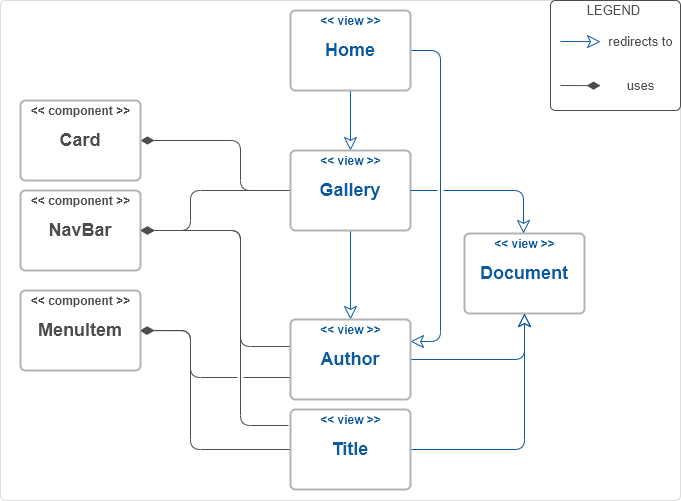
Above: src/assets/img/distinctio.png in jadefr/distinctio (draw.io), before the change. Source tidied: cells renumbered, new cells last; positions are measured from the earlier drawing's top-left corner, leaving out a move shared by most shapes.
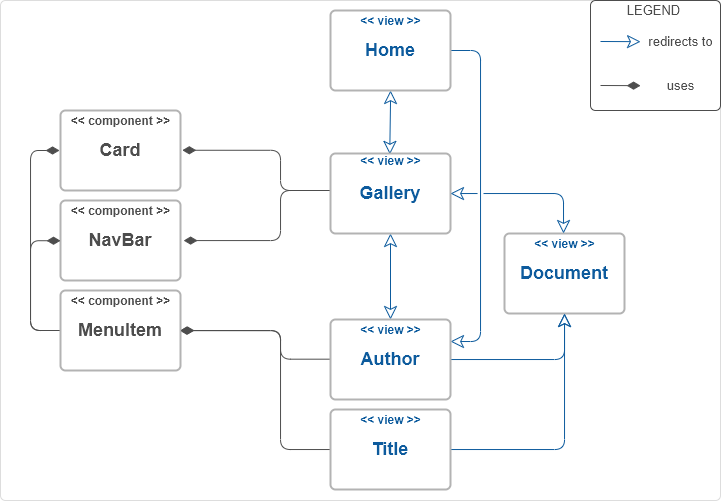
The same file after the commit.

Commit message:
Update arch img

Change to the diagram source:
```diff
@@ -3,9 +3,9 @@
     <mxCell id="0" />
     <mxCell id="1" parent="0" />
     <mxCell id="2" style="html=1;shadow=0;dashed=0;shape=mxgraph.bootstrap.rrect;rSize=5;strokeColor=#dddddd;align=center;fontSize=12;whiteSpace=wrap;strokeWidth=1;" parent="1" vertex="1">
-      <mxGeometry width="680" height="500" as="geometry" />
+      <mxGeometry x="-40" width="720" height="500" as="geometry" />
     </mxCell>
-    <mxCell id="3" style="edgeStyle=orthogonalEdgeStyle;rounded=1;jumpStyle=gap;jettySize=auto;html=1;endArrow=classic;endFill=0;endSize=11;strokeColor=#0D5B9D;" parent="1" edge="1" source="5" target="11">
+    <mxCell id="3" style="edgeStyle=orthogonalEdgeStyle;rounded=1;jumpStyle=gap;jettySize=auto;html=1;endArrow=classic;endFill=0;endSize=11;strokeColor=#0D5B9D;startArrow=classic;startFill=0;startSize=11;entryX=0.495;entryY=0.011;entryDx=0;entryDy=0;entryPerimeter=0;" parent="1" edge="1" source="5" target="10">
       <mxGeometry relative="1" as="geometry" />
     </mxCell>
     <mxCell id="4" style="edgeStyle=orthogonalEdgeStyle;rounded=1;jumpStyle=gap;jettySize=auto;html=1;entryX=1;entryY=0.275;entryDx=0;entryDy=0;entryPerimeter=0;endArrow=classic;endFill=0;endSize=11;strokeColor=#0D5B9D;" parent="1" edge="1" source="5" target="29">
@@ -22,27 +22,27 @@
     <mxCell id="6" value="&lt;font style=&quot;font-size: 12px;&quot; color=&quot;#0d5b9d&quot;&gt;&lt;b style=&quot;font-size: 12px;&quot;&gt;&amp;lt;&amp;lt; view &amp;gt;&amp;gt;&lt;/b&gt;&lt;/font&gt;" style="text;html=1;align=center;verticalAlign=middle;fillColor=none;strokeColor=none;rounded=0;fontSize=12;strokeWidth=2;" parent="1" vertex="1">
       <mxGeometry x="310" y="10" width="80" height="20" as="geometry" />
     </mxCell>
-    <mxCell id="7" style="edgeStyle=orthogonalEdgeStyle;rounded=1;jettySize=auto;html=1;endArrow=diamondThin;endFill=1;endSize=11;strokeColor=#4D4D4D;strokeWidth=1;fontSize=12;fontColor=#4D4D4D;" parent="1" edge="1" source="10" target="20">
+    <mxCell id="7" style="edgeStyle=orthogonalEdgeStyle;rounded=1;jettySize=auto;html=1;endArrow=diamondThin;endFill=1;endSize=11;strokeColor=#4D4D4D;strokeWidth=1;fontSize=12;fontColor=#4D4D4D;entryX=1.026;entryY=0.501;entryDx=0;entryDy=0;entryPerimeter=0;" parent="1" edge="1" source="10" target="20">
       <mxGeometry relative="1" as="geometry">
         <Array as="points">
-          <mxPoint x="190" y="190" />
-          <mxPoint x="190" y="230" />
+          <mxPoint x="240" y="190" />
+          <mxPoint x="240" y="240" />
         </Array>
       </mxGeometry>
     </mxCell>
-    <mxCell id="8" style="edgeStyle=orthogonalEdgeStyle;rounded=1;jettySize=auto;html=1;endArrow=diamondThin;endFill=1;endSize=11;strokeColor=#4D4D4D;strokeWidth=1;fontSize=12;fontColor=#4D4D4D;" parent="1" edge="1" source="10" target="22">
+    <mxCell id="8" style="edgeStyle=orthogonalEdgeStyle;rounded=1;jettySize=auto;html=1;endArrow=diamondThin;endFill=1;endSize=11;strokeColor=#4D4D4D;strokeWidth=1;fontSize=12;fontColor=#4D4D4D;entryX=1.015;entryY=0.497;entryDx=0;entryDy=0;entryPerimeter=0;" parent="1" edge="1" source="10" target="22">
       <mxGeometry relative="1" as="geometry">
         <Array as="points">
           <mxPoint x="240" y="190" />
-          <mxPoint x="240" y="140" />
+          <mxPoint x="240" y="150" />
         </Array>
       </mxGeometry>
     </mxCell>
-    <mxCell id="9" style="edgeStyle=orthogonalEdgeStyle;rounded=1;jumpStyle=gap;jettySize=auto;html=1;endArrow=classic;endFill=0;endSize=11;strokeColor=#0D5B9D;" parent="1" edge="1" source="10" target="29">
+    <mxCell id="9" style="edgeStyle=orthogonalEdgeStyle;rounded=1;jumpStyle=gap;jettySize=auto;html=1;endArrow=classic;endFill=0;endSize=11;strokeColor=#0D5B9D;startArrow=classic;startFill=0;startSize=11;" parent="1" edge="1" source="10" target="29">
       <mxGeometry relative="1" as="geometry" />
     </mxCell>
     <mxCell id="10" value="&lt;font style=&quot;font-size: 18px&quot; color=&quot;#0d5b9d&quot;&gt;&lt;b&gt;Gallery&lt;/b&gt;&lt;/font&gt;" style="html=1;shadow=0;dashed=0;shape=mxgraph.bootstrap.rrect;rSize=5;strokeColor=#B3B3B3;align=center;fontSize=12;whiteSpace=wrap;strokeWidth=2;" parent="1" vertex="1">
-      <mxGeometry x="290" y="150" width="120" height="80" as="geometry" />
+      <mxGeometry x="290" y="153" width="120" height="80" as="geometry" />
     </mxCell>
     <mxCell id="11" value="&lt;font style=&quot;font-size: 12px;&quot; color=&quot;#0d5b9d&quot;&gt;&lt;b style=&quot;font-size: 12px;&quot;&gt;&amp;lt;&amp;lt; view &amp;gt;&amp;gt;&lt;/b&gt;&lt;/font&gt;" style="text;html=1;align=center;verticalAlign=middle;points=[];fillColor=none;strokeColor=none;rounded=0;fontSize=12;strokeWidth=2;" parent="1" vertex="1">
       <mxGeometry x="310" y="150" width="80" height="20" as="geometry" />
@@ -56,20 +56,11 @@
     <mxCell id="14" value="&lt;font color=&quot;#0d5b9d&quot; size=&quot;1&quot;&gt;&lt;b style=&quot;font-size: 12px&quot;&gt;&amp;lt;&amp;lt; view &amp;gt;&amp;gt;&lt;/b&gt;&lt;/font&gt;" style="text;html=1;align=center;verticalAlign=middle;fillColor=none;strokeColor=none;rounded=0;strokeWidth=2;" parent="1" vertex="1">
       <mxGeometry x="484" y="233" width="80" height="20" as="geometry" />
     </mxCell>
-    <mxCell id="15" style="edgeStyle=orthogonalEdgeStyle;rounded=1;jettySize=auto;html=1;endArrow=diamondThin;endFill=1;endSize=11;strokeColor=#4D4D4D;strokeWidth=1;fontSize=12;fontColor=#4D4D4D;exitX=-0.017;exitY=0.2;exitDx=0;exitDy=0;exitPerimeter=0;jumpStyle=arc;" parent="1" edge="1" source="18">
-      <mxGeometry relative="1" as="geometry">
-        <mxPoint x="140" y="230" as="targetPoint" />
-        <Array as="points">
-          <mxPoint x="240" y="425" />
-          <mxPoint x="240" y="230" />
-        </Array>
-      </mxGeometry>
-    </mxCell>
     <mxCell id="16" style="edgeStyle=orthogonalEdgeStyle;rounded=1;jettySize=auto;html=1;entryX=0.994;entryY=0.502;entryDx=0;entryDy=0;entryPerimeter=0;endArrow=diamondThin;endFill=1;endSize=11;strokeColor=#4D4D4D;strokeWidth=1;fontSize=12;fontColor=#4D4D4D;" parent="1" edge="1" source="18" target="24">
       <mxGeometry relative="1" as="geometry">
         <Array as="points">
-          <mxPoint x="190" y="449" />
-          <mxPoint x="190" y="330" />
+          <mxPoint x="240" y="449" />
+          <mxPoint x="240" y="330" />
         </Array>
       </mxGeometry>
     </mxCell>
@@ -83,40 +74,37 @@
       <mxGeometry x="310" y="409" width="80" height="20" as="geometry" />
     </mxCell>
     <mxCell id="20" value="&lt;font style=&quot;font-size: 18px&quot;&gt;&lt;b&gt;NavBar&lt;/b&gt;&lt;/font&gt;" style="html=1;shadow=0;dashed=0;shape=mxgraph.bootstrap.rrect;rSize=5;strokeColor=#B3B3B3;align=center;fontSize=12;whiteSpace=wrap;strokeWidth=2;fontColor=#4D4D4D;" parent="1" vertex="1">
-      <mxGeometry x="20" y="190" width="120" height="80" as="geometry" />
+      <mxGeometry x="20" y="200" width="120" height="80" as="geometry" />
     </mxCell>
     <mxCell id="21" value="&lt;font style=&quot;font-size: 12px;&quot;&gt;&lt;b style=&quot;font-size: 12px;&quot;&gt;&amp;lt;&amp;lt; component &amp;gt;&amp;gt;&lt;/b&gt;&lt;/font&gt;" style="text;html=1;align=center;verticalAlign=middle;fillColor=none;strokeColor=none;rounded=0;fontColor=#4D4D4D;strokeWidth=2;fontSize=12;" parent="1" vertex="1">
-      <mxGeometry x="25" y="190" width="110" height="20" as="geometry" />
+      <mxGeometry x="25" y="200" width="110" height="20" as="geometry" />
     </mxCell>
     <mxCell id="22" value="&lt;font style=&quot;font-size: 18px&quot;&gt;&lt;b&gt;Card&lt;/b&gt;&lt;/font&gt;" style="html=1;shadow=0;dashed=0;shape=mxgraph.bootstrap.rrect;rSize=5;strokeColor=#B3B3B3;align=center;fontSize=12;whiteSpace=wrap;strokeWidth=2;fontColor=#4D4D4D;" parent="1" vertex="1">
-      <mxGeometry x="20" y="100" width="120" height="80" as="geometry" />
+      <mxGeometry x="20" y="110" width="120" height="80" as="geometry" />
     </mxCell>
     <mxCell id="23" value="&lt;font style=&quot;font-size: 12px;&quot;&gt;&lt;b style=&quot;font-size: 12px;&quot;&gt;&amp;lt;&amp;lt; component &amp;gt;&amp;gt;&lt;/b&gt;&lt;/font&gt;" style="text;html=1;align=center;verticalAlign=middle;fillColor=none;strokeColor=none;rounded=0;fontColor=#4D4D4D;strokeWidth=2;fontSize=12;" parent="1" vertex="1">
-      <mxGeometry x="25" y="100" width="110" height="20" as="geometry" />
+      <mxGeometry x="25" y="110" width="110" height="20" as="geometry" />
     </mxCell>
+    <mxCell id="38" style="edgeStyle=orthogonalEdgeStyle;rounded=1;jumpStyle=gap;jettySize=auto;html=1;entryX=0;entryY=0.503;entryDx=0;entryDy=0;entryPerimeter=0;startArrow=none;startFill=0;startSize=11;endArrow=diamondThin;endFill=1;endSize=11;targetPerimeterSpacing=11;strokeColor=#4D4D4D;exitX=0.008;exitY=0.5;exitDx=0;exitDy=0;exitPerimeter=0;" parent="1" edge="1" source="24" target="20">
+      <mxGeometry relative="1" as="geometry" />
+    </mxCell>
+    <mxCell id="39" style="edgeStyle=orthogonalEdgeStyle;rounded=1;jumpStyle=gap;jettySize=auto;html=1;entryX=-0.008;entryY=0.5;entryDx=0;entryDy=0;entryPerimeter=0;startArrow=none;startFill=0;startSize=11;endArrow=diamondThin;endFill=1;endSize=11;targetPerimeterSpacing=11;strokeColor=#4D4D4D;exitX=0;exitY=0.5;exitDx=0;exitDy=0;exitPerimeter=0;" parent="1" edge="1" source="24" target="22">
+      <mxGeometry relative="1" as="geometry" />
+    </mxCell>
     <mxCell id="24" value="&lt;font style=&quot;font-size: 18px&quot;&gt;&lt;b&gt;MenuItem&lt;/b&gt;&lt;/font&gt;" style="html=1;shadow=0;dashed=0;shape=mxgraph.bootstrap.rrect;rSize=5;strokeColor=#B3B3B3;align=center;fontSize=12;whiteSpace=wrap;strokeWidth=2;fontColor=#4D4D4D;" parent="1" vertex="1">
       <mxGeometry x="20" y="290" width="120" height="80" as="geometry" />
     </mxCell>
     <mxCell id="25" value="&lt;font style=&quot;font-size: 12px;&quot;&gt;&lt;b style=&quot;font-size: 12px;&quot;&gt;&amp;lt;&amp;lt; component &amp;gt;&amp;gt;&lt;/b&gt;&lt;/font&gt;" style="text;html=1;align=center;verticalAlign=middle;fillColor=none;strokeColor=none;rounded=0;fontColor=#4D4D4D;strokeWidth=2;fontSize=12;" parent="1" vertex="1">
       <mxGeometry x="25" y="290" width="110" height="20" as="geometry" />
     </mxCell>
-    <mxCell id="26" style="edgeStyle=orthogonalEdgeStyle;rounded=1;jettySize=auto;html=1;endArrow=diamondThin;endFill=1;endSize=11;strokeColor=#4D4D4D;strokeWidth=1;fontSize=12;fontColor=#4D4D4D;jumpStyle=gap;exitX=0.008;exitY=0.725;exitDx=0;exitDy=0;exitPerimeter=0;" parent="1" edge="1" source="29" target="24">
+    <mxCell id="26" style="edgeStyle=orthogonalEdgeStyle;rounded=1;jettySize=auto;html=1;endArrow=diamondThin;endFill=1;endSize=11;strokeColor=#4D4D4D;strokeWidth=1;fontSize=12;fontColor=#4D4D4D;jumpStyle=gap;exitX=0.006;exitY=0.496;exitDx=0;exitDy=0;exitPerimeter=0;" parent="1" edge="1" source="29" target="24">
       <mxGeometry relative="1" as="geometry">
         <Array as="points">
-          <mxPoint x="190" y="377" />
-          <mxPoint x="190" y="330" />
+          <mxPoint x="240" y="359" />
+          <mxPoint x="240" y="330" />
         </Array>
       </mxGeometry>
     </mxCell>
-    <mxCell id="27" style="edgeStyle=orthogonalEdgeStyle;rounded=1;jumpStyle=gap;jettySize=auto;html=1;strokeColor=#4D4D4D;endArrow=diamondThin;endFill=1;endSize=11;exitX=0;exitY=0.338;exitDx=0;exitDy=0;exitPerimeter=0;" parent="1" edge="1" source="29">
-      <mxGeometry relative="1" as="geometry">
-        <mxPoint x="140" y="230" as="targetPoint" />
-        <Array as="points">
-          <mxPoint x="240" y="346" />
-          <mxPoint x="240" y="230" />
-        </Array>
-      </mxGeometry>
-    </mxCell>
     <mxCell id="28" style="edgeStyle=orthogonalEdgeStyle;rounded=1;jumpStyle=gap;jettySize=auto;html=1;endArrow=classic;endFill=0;endSize=11;strokeColor=#0D5B9D;" parent="1" edge="1" source="29" target="13">
       <mxGeometry relative="1" as="geometry" />
     </mxCell>
@@ -150,7 +138,7 @@
     <mxCell id="36" value="LEGEND" style="text;html=1;align=center;verticalAlign=middle;fontColor=#4D4D4D;fontSize=13;" parent="1" vertex="1">
       <mxGeometry x="578" width="70" height="20" as="geometry" />
     </mxCell>
-    <mxCell id="37" style="edgeStyle=orthogonalEdgeStyle;rounded=1;jumpStyle=gap;jettySize=auto;html=1;entryX=0.492;entryY=0;entryDx=0;entryDy=0;entryPerimeter=0;endArrow=classic;endFill=0;endSize=11;strokeColor=#0D5B9D;" parent="1" edge="1" source="10" target="13">
+    <mxCell id="37" style="edgeStyle=orthogonalEdgeStyle;rounded=1;jumpStyle=gap;jettySize=auto;html=1;entryX=0.492;entryY=0;entryDx=0;entryDy=0;entryPerimeter=0;endArrow=classic;endFill=0;endSize=11;strokeColor=#0D5B9D;startArrow=classic;startFill=0;targetPerimeterSpacing=11;startSize=11;" parent="1" edge="1" source="10" target="13">
       <mxGeometry relative="1" as="geometry" />
     </mxCell>
   </root>
```
